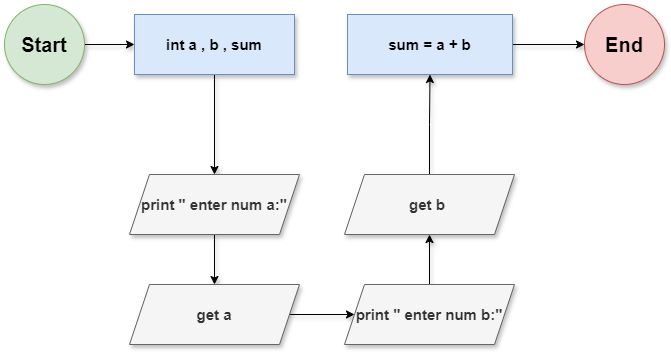
The draw.io diagram ProblemSet1.png in BKSD-141468/Allgoritem_With_Flowchart, before a commit. Source tidied: cells renumbered, new cells last; positions are measured from the earlier drawing's top-left corner, leaving out a move shared by most shapes.
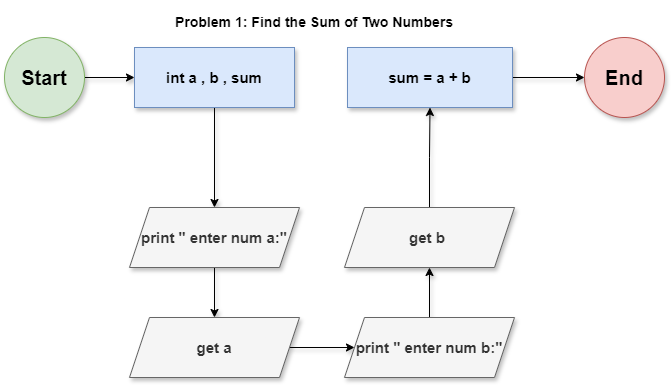
Above is the later version.

What changed in the source:
```diff
@@ -47,5 +47,8 @@
     <mxCell id="16" value="sum = a + b" style="whiteSpace=wrap;html=1;fillColor=#dae8fc;strokeColor=#6c8ebf;rounded=0;fontSize=15;fontStyle=1;shadow=1;" parent="1" vertex="1">
       <mxGeometry x="343" y="10" width="165" height="60" as="geometry" />
     </mxCell>
+    <mxCell id="17" value="&lt;h3&gt;&lt;strong&gt;Problem 1: Find the Sum of Two Numbers&lt;/strong&gt;&lt;/h3&gt;&lt;p&gt;&lt;/p&gt;" style="text;html=1;align=center;verticalAlign=middle;whiteSpace=wrap;rounded=0;" parent="1" vertex="1">
+      <mxGeometry x="145" y="-30" width="330" height="30" as="geometry" />
+    </mxCell>
   </root>
 </mxGraphModel>
```
